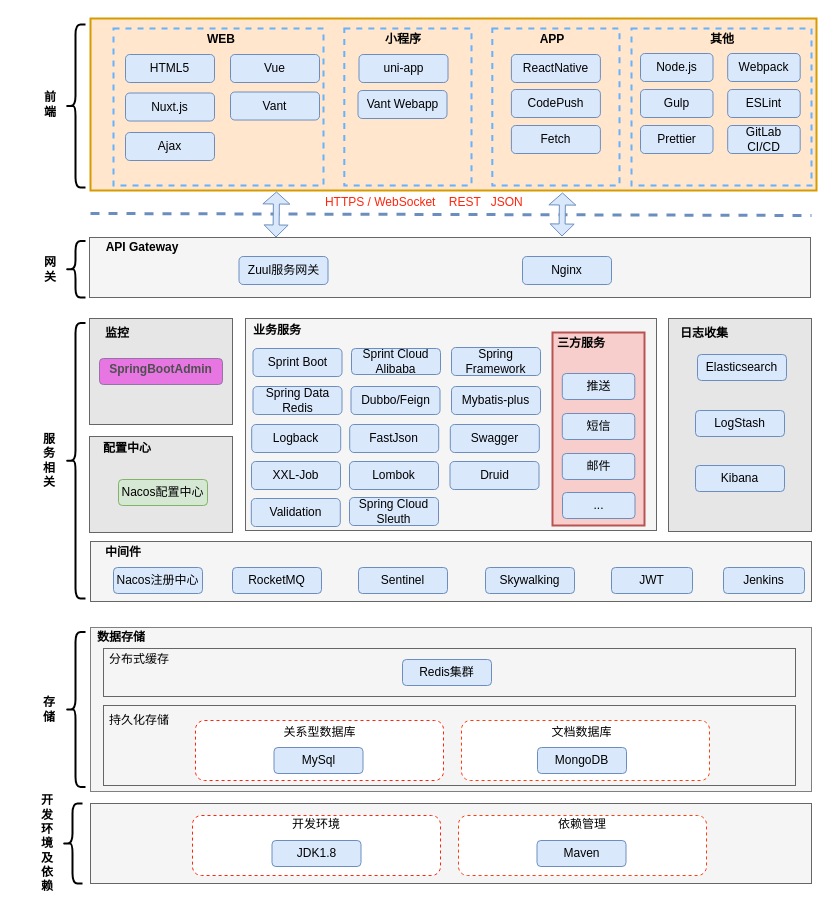
This is 客服技术架构图.drawio from ammengke/my-drawio, a draw.io file, before an edit. Source tidied: cells renumbered, new cells numbered last; positions are measured from the earlier drawing's top-left corner, leaving out a move shared by most shapes. Both pictures are drawn from the tidied source at 100%, with x=0, y=0 at pixel (17, 18).
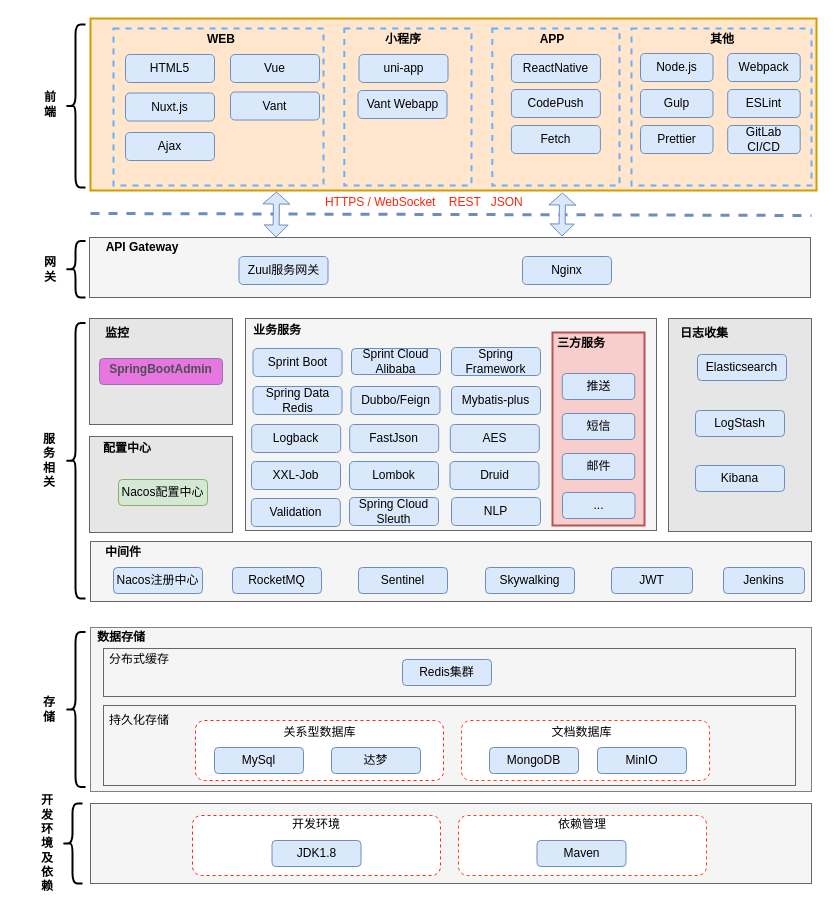
The same diagram, later.

Commit message:
更新客服技术架构图.drawio

What changed in the source:
```diff
@@
     <mxCell id="11" value="MySql" style="rounded=1;whiteSpace=wrap;html=1;strokeColor=#6c8ebf;fillColor=#dae8fc;fontFamily=Helvetica;" parent="1" vertex="1">
-      <mxGeometry x="256.5" y="729" width="89" height="26" as="geometry" />
+      <mxGeometry x="197" y="729" width="89" height="26" as="geometry" />
     </mxCell>
     <mxCell id="12" value="MongoDB" style="rounded=1;whiteSpace=wrap;html=1;strokeColor=#6c8ebf;fillColor=#dae8fc;fontFamily=Helvetica;" parent="1" vertex="1">
-      <mxGeometry x="520" y="729" width="89" height="26" as="geometry" />
+      <mxGeometry x="472" y="729" width="89" height="26" as="geometry" />
     </mxCell>
@@
-    <mxCell id="47" value="Swagger" style="rounded=1;whiteSpace=wrap;html=1;strokeColor=#6c8ebf;fillColor=#dae8fc;fontFamily=Helvetica;" parent="1" vertex="1">
+    <mxCell id="47" value="AES" style="rounded=1;whiteSpace=wrap;html=1;strokeColor=#6c8ebf;fillColor=#dae8fc;fontFamily=Helvetica;" parent="1" vertex="1">
       <mxGeometry x="432.8" y="406" width="89" height="28" as="geometry" />
     </mxCell>
@@
+    <mxCell id="104" value="NLP" style="rounded=1;whiteSpace=wrap;html=1;strokeColor=#6c8ebf;fillColor=#dae8fc;fontFamily=Helvetica;" parent="1" vertex="1">
+      <mxGeometry x="434" y="479" width="89" height="28" as="geometry" />
+    </mxCell>
+    <mxCell id="105" value="MinIO" style="rounded=1;whiteSpace=wrap;html=1;strokeColor=#6c8ebf;fillColor=#dae8fc;fontFamily=Helvetica;" parent="1" vertex="1">
+      <mxGeometry x="580" y="729" width="89" height="26" as="geometry" />
+    </mxCell>
+    <mxCell id="106" value="达梦" style="rounded=1;whiteSpace=wrap;html=1;strokeColor=#6c8ebf;fillColor=#dae8fc;fontFamily=Helvetica;" parent="1" vertex="1">
+      <mxGeometry x="314" y="729" width="89" height="26" as="geometry" />
+    </mxCell>
```
